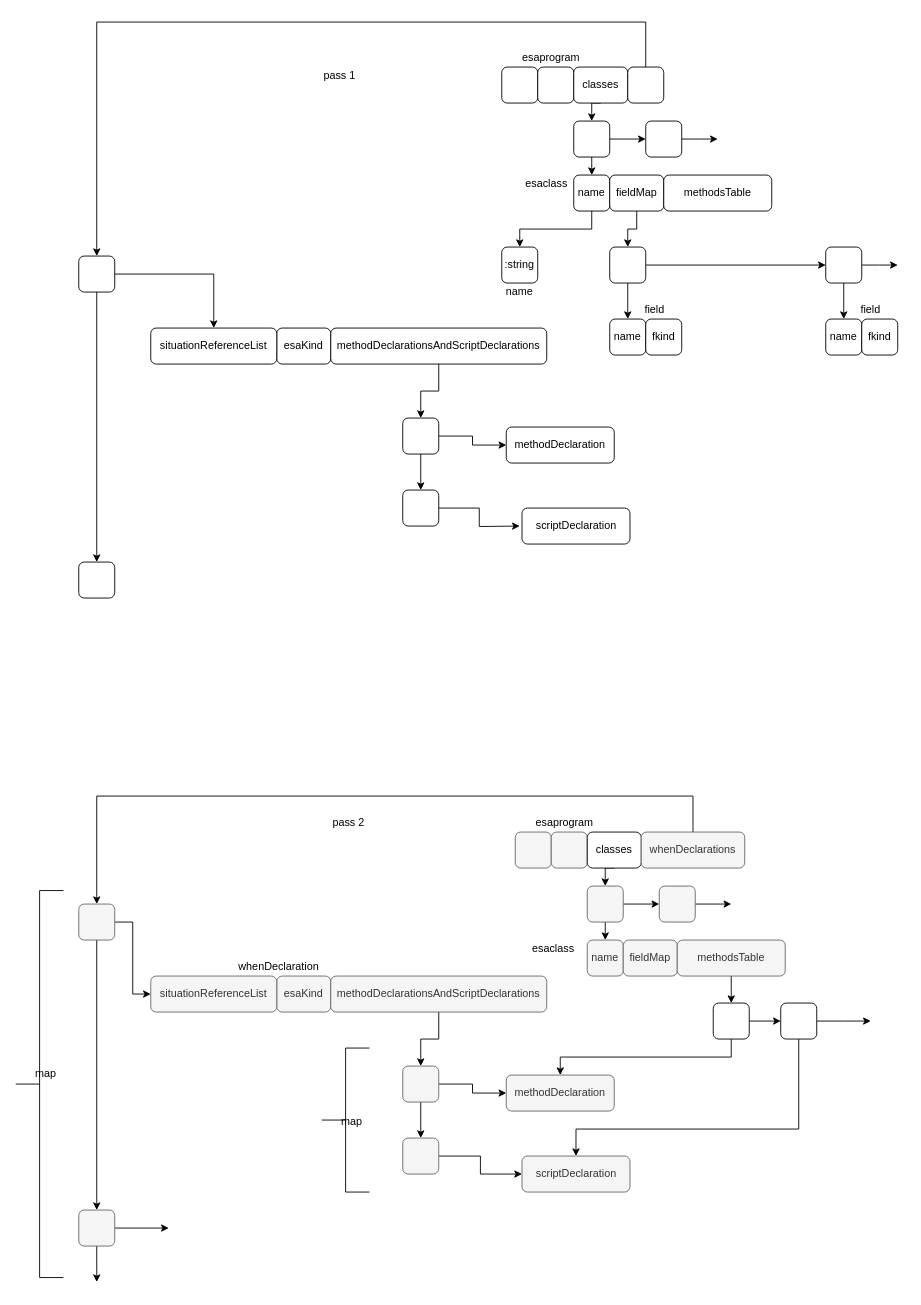
The draw.io diagram build_process/esa-transpiler/exprtypes.drawio in bmfbp/bmfbp, before the edit. Source tidied: cells renumbered, new cells numbered last; positions are measured from the earlier drawing's top-left corner, leaving out a move shared by most shapes. Both pictures are drawn from the tidied source at 90%, with x=0, y=0 at pixel (15, 22).
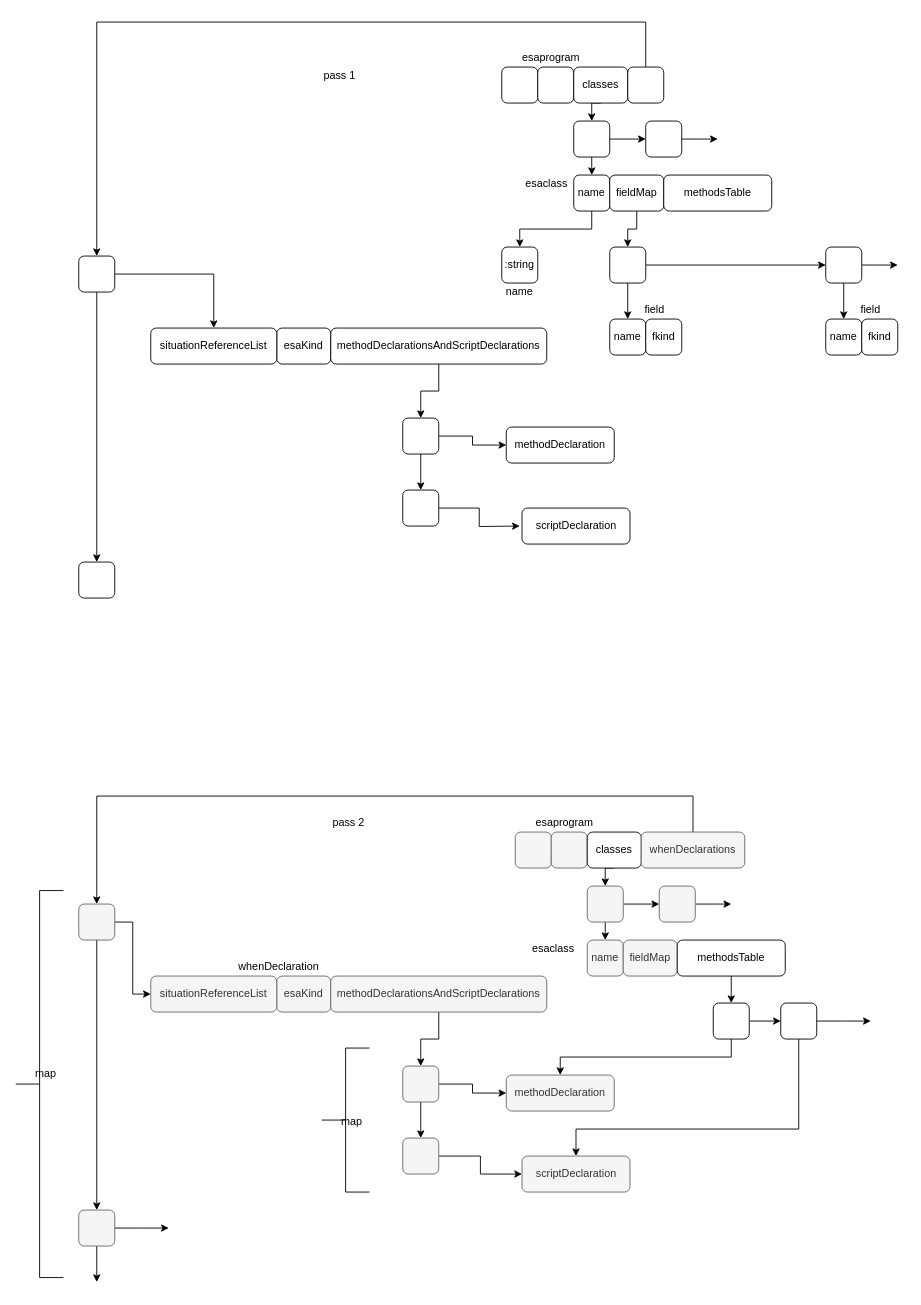
The same page after the edit.

What changed in the source:
```diff
@@
-    <mxCell id="46" value="methodsTable" style="rounded=1;whiteSpace=wrap;html=1;fillColor=#f5f5f5;strokeColor=#666666;fontColor=#333333;" parent="1" vertex="1">
+    <mxCell id="46" value="methodsTable" style="rounded=1;whiteSpace=wrap;html=1;" parent="1" vertex="1">
       <mxGeometry x="735" y="1020" width="120" height="40" as="geometry" />
     </mxCell>
```
